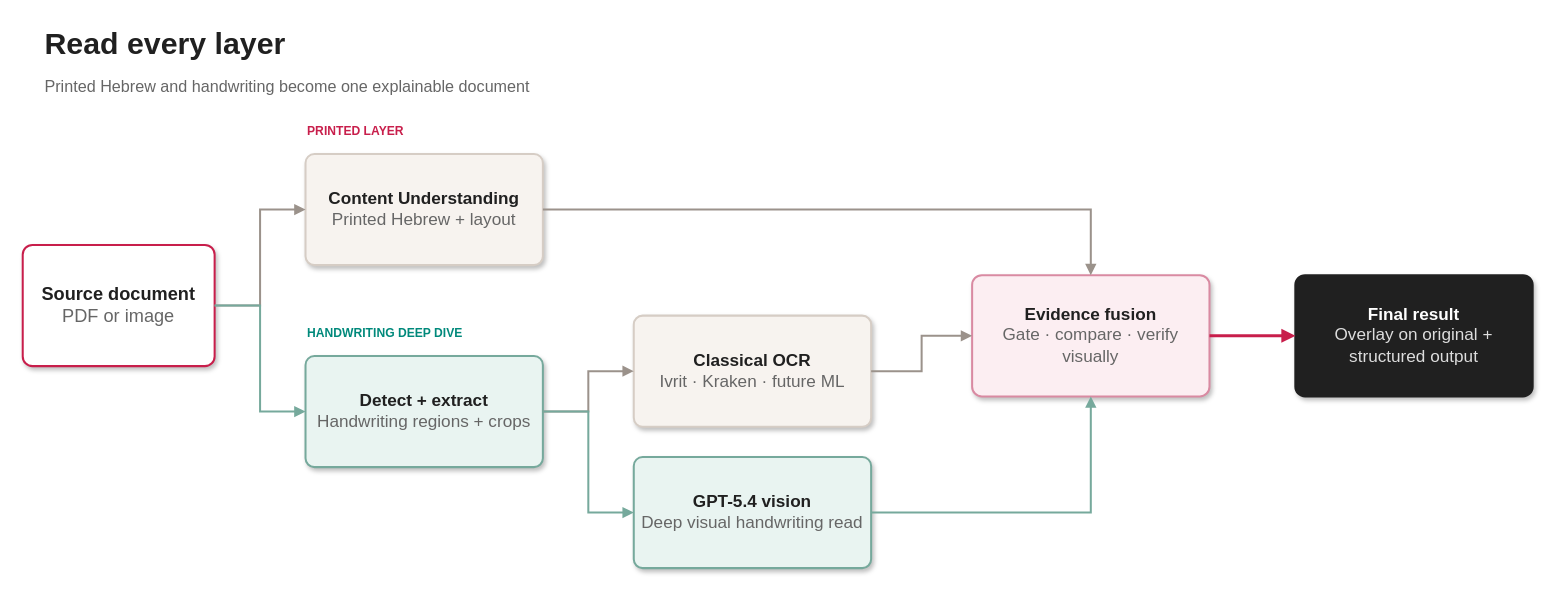
Earlier version of the draw.io diagram architecture/inkSight-pipeline.drawio (roie9876/content-understanding-hebrew). Source tidied: cells renumbered, new cells numbered last; positions are measured from the earlier drawing's top-left corner, leaving out a move shared by most shapes. Both pictures are drawn from the tidied source at 101%, with x=0, y=0 at pixel (22, 17).
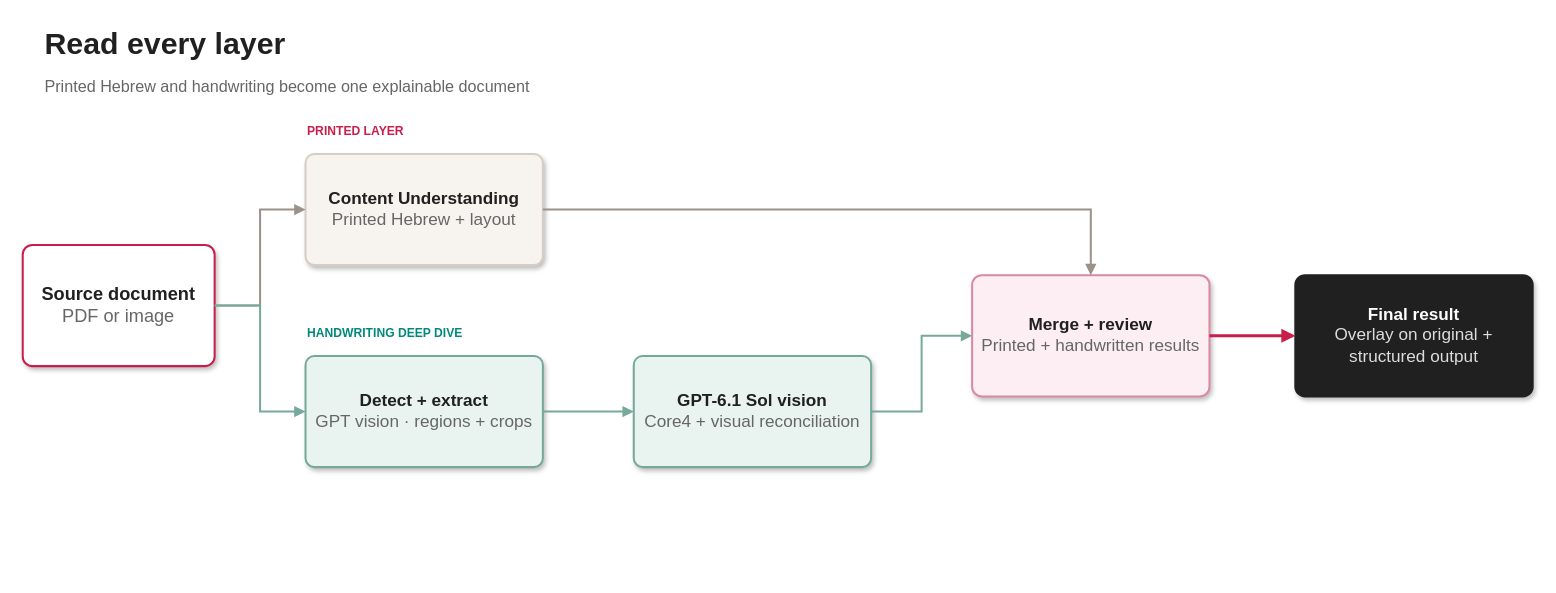
Above is the later version.

Commit message (it also covers changes not shown here):
Update pipeline diagram and model documentation

The edit, as a diff of the source:
```diff
@@
-    <mxCell id="6" value="&lt;b&gt;Detect + extract&lt;/b&gt;&lt;br&gt;&lt;font color=&quot;#666666&quot;&gt;Handwriting regions + crops&lt;/font&gt;" style="rounded=1;whiteSpace=wrap;html=1;arcSize=8;fillColor=#E9F4F1;strokeColor=#76A99C;strokeWidth=2;fontSize=17;fontColor=#202020;align=center;verticalAlign=middle;shadow=1;" parent="1" vertex="1">
+    <mxCell id="6" value="&lt;b&gt;Detect + extract&lt;/b&gt;&lt;br&gt;&lt;font color=&quot;#666666&quot;&gt;GPT vision · regions + crops&lt;/font&gt;" style="rounded=1;whiteSpace=wrap;html=1;arcSize=8;fillColor=#E9F4F1;strokeColor=#76A99C;strokeWidth=2;fontSize=17;fontColor=#202020;align=center;verticalAlign=middle;shadow=1;" parent="1" vertex="1">
       <mxGeometry x="280" y="335" width="235" height="110" as="geometry" />
     </mxCell>
-    <mxCell id="7" value="&lt;b&gt;Classical OCR&lt;/b&gt;&lt;br&gt;&lt;font color=&quot;#666666&quot;&gt;Ivrit · Kraken · future ML&lt;/font&gt;" style="rounded=1;whiteSpace=wrap;html=1;arcSize=8;fillColor=#F7F3EF;strokeColor=#D6CDC5;strokeWidth=2;fontSize=17;fontColor=#202020;align=center;verticalAlign=middle;shadow=1;" parent="1" vertex="1">
-      <mxGeometry x="605" y="295" width="235" height="110" as="geometry" />
-    </mxCell>
-    <mxCell id="8" value="&lt;b&gt;GPT-5.4 vision&lt;/b&gt;&lt;br&gt;&lt;font color=&quot;#666666&quot;&gt;Deep visual handwriting read&lt;/font&gt;" style="rounded=1;whiteSpace=wrap;html=1;arcSize=8;fillColor=#E9F4F1;strokeColor=#76A99C;strokeWidth=2;fontSize=17;fontColor=#202020;align=center;verticalAlign=middle;shadow=1;" parent="1" vertex="1">
-      <mxGeometry x="605" y="435" width="235" height="110" as="geometry" />
+    <mxCell id="8" value="&lt;b&gt;GPT-6.1 Sol vision&lt;/b&gt;&lt;br&gt;&lt;font color=&quot;#666666&quot;&gt;Core4 + visual reconciliation&lt;/font&gt;" style="rounded=1;whiteSpace=wrap;html=1;arcSize=8;fillColor=#E9F4F1;strokeColor=#76A99C;strokeWidth=2;fontSize=17;fontColor=#202020;align=center;verticalAlign=middle;shadow=1;" parent="1" vertex="1">
+      <mxGeometry x="605" y="335" width="235" height="110" as="geometry" />
     </mxCell>
-    <mxCell id="9" value="&lt;b&gt;Evidence fusion&lt;/b&gt;&lt;br&gt;&lt;font color=&quot;#666666&quot;&gt;Gate · compare · verify visually&lt;/font&gt;" style="rounded=1;whiteSpace=wrap;html=1;arcSize=8;fillColor=#FCEEF2;strokeColor=#D98AA2;strokeWidth=2;fontSize=17;fontColor=#202020;align=center;verticalAlign=middle;shadow=1;" parent="1" vertex="1">
+    <mxCell id="9" value="&lt;b&gt;Merge + review&lt;/b&gt;&lt;br&gt;&lt;font color=&quot;#666666&quot;&gt;Printed + handwritten results&lt;/font&gt;" style="rounded=1;whiteSpace=wrap;html=1;arcSize=8;fillColor=#FCEEF2;strokeColor=#D98AA2;strokeWidth=2;fontSize=17;fontColor=#202020;align=center;verticalAlign=middle;shadow=1;" parent="1" vertex="1">
       <mxGeometry x="940" y="255" width="235" height="120" as="geometry" />
     </mxCell>
@@
-    <mxCell id="13" style="edgeStyle=orthogonalEdgeStyle;rounded=0;html=1;strokeColor=#9B928B;strokeWidth=2;endArrow=block;endFill=1;" parent="1" edge="1" source="6" target="7">
-      <mxGeometry relative="1" as="geometry" />
-    </mxCell>
@@
-    <mxCell id="16" style="edgeStyle=orthogonalEdgeStyle;rounded=0;html=1;strokeColor=#9B928B;strokeWidth=2;endArrow=block;endFill=1;" parent="1" edge="1" source="7" target="9">
-      <mxGeometry relative="1" as="geometry" />
-    </mxCell>
```
